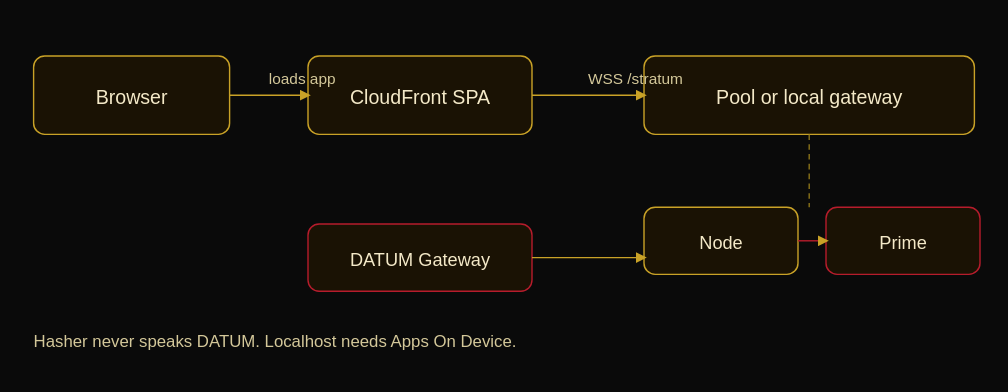
Earlier version of the PlantUML export public/docs/mill-web.svg (FederationCoin/cpu-miner). Its source is kept beside it as public/docs/mill-web.puml.
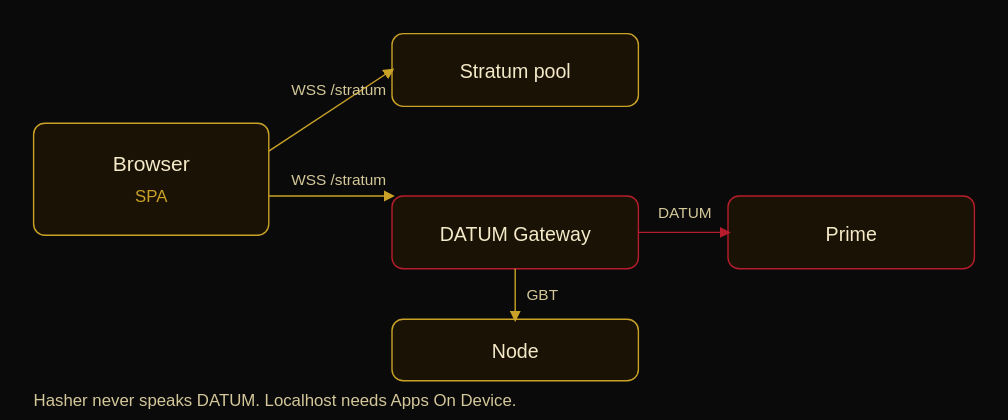
Later version of the same file.

Diff of the diagram source:
```diff
@@ -1,20 +1,17 @@
 @startuml mill-web
 title Web mill
 left to right direction
-actor Browser
-cloud "CloudFront SPA" as CF
-rectangle "Pool or local gateway" as Pool
+rectangle "Browser\nSPA" as Browser
+rectangle "Stratum pool" as Pool
 rectangle "DATUM Gateway" as Gw
-rectangle "federationcoind" as Node
+rectangle "Node" as Node
 rectangle "DATUM Prime" as Prime
-Browser --> CF : loads app
-Browser --> Pool : WSS Stratum /stratum
-Pool ..> Gw
+Browser --> Pool : WSS /stratum
+Browser --> Gw : WSS /stratum
 Gw --> Node : GBT submitblock
-Gw --> Prime : DATUM only
+Gw --> Prime : DATUM
 note bottom of Browser
   Hasher never speaks DATUM.
   Localhost needs Apps On Device.
-  Prefill ws://127.0.0.1:23335/stratum
 end note
 @enduml
```
